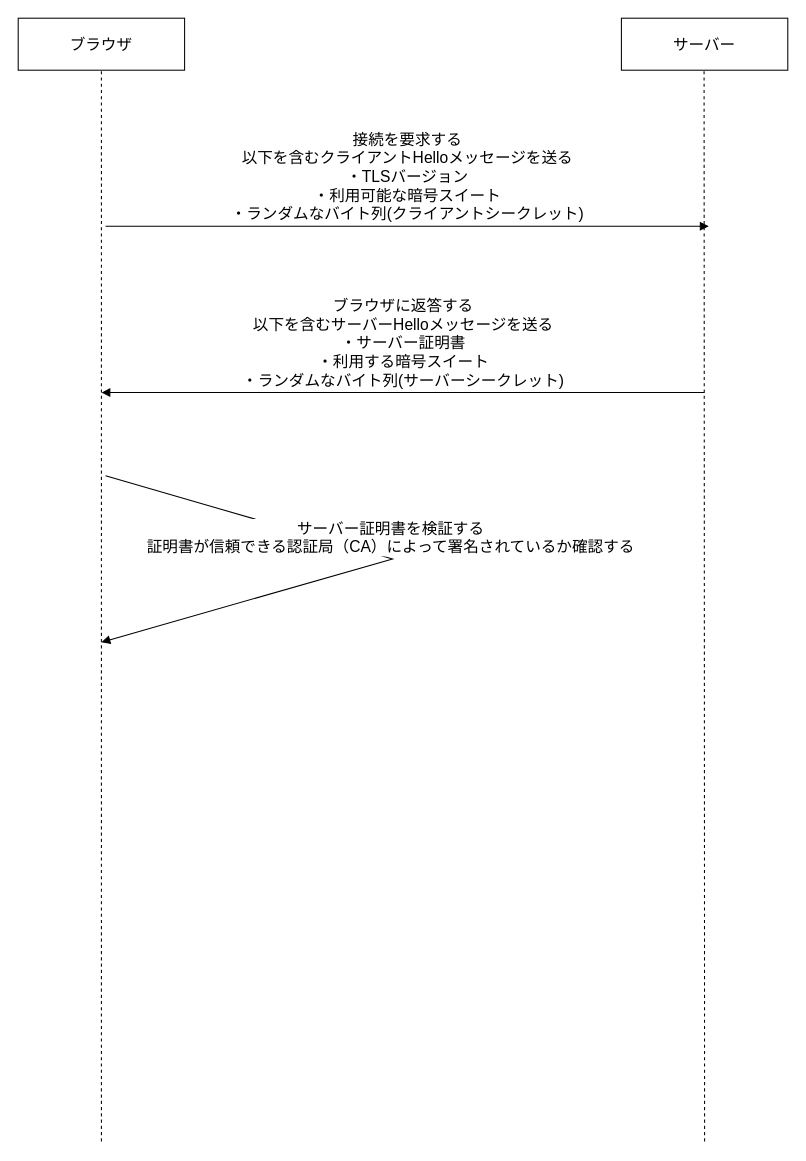
Above: 11_extra/02_https/drawio/https.drawio in cashev/praha-challenge (draw.io), before the change. Source tidied: cells renumbered, new cells numbered last; positions are measured from the earlier drawing's top-left corner, leaving out a move shared by most shapes. Both pictures are drawn from the tidied source at 104%, with x=0, y=0 at pixel (18, 18).
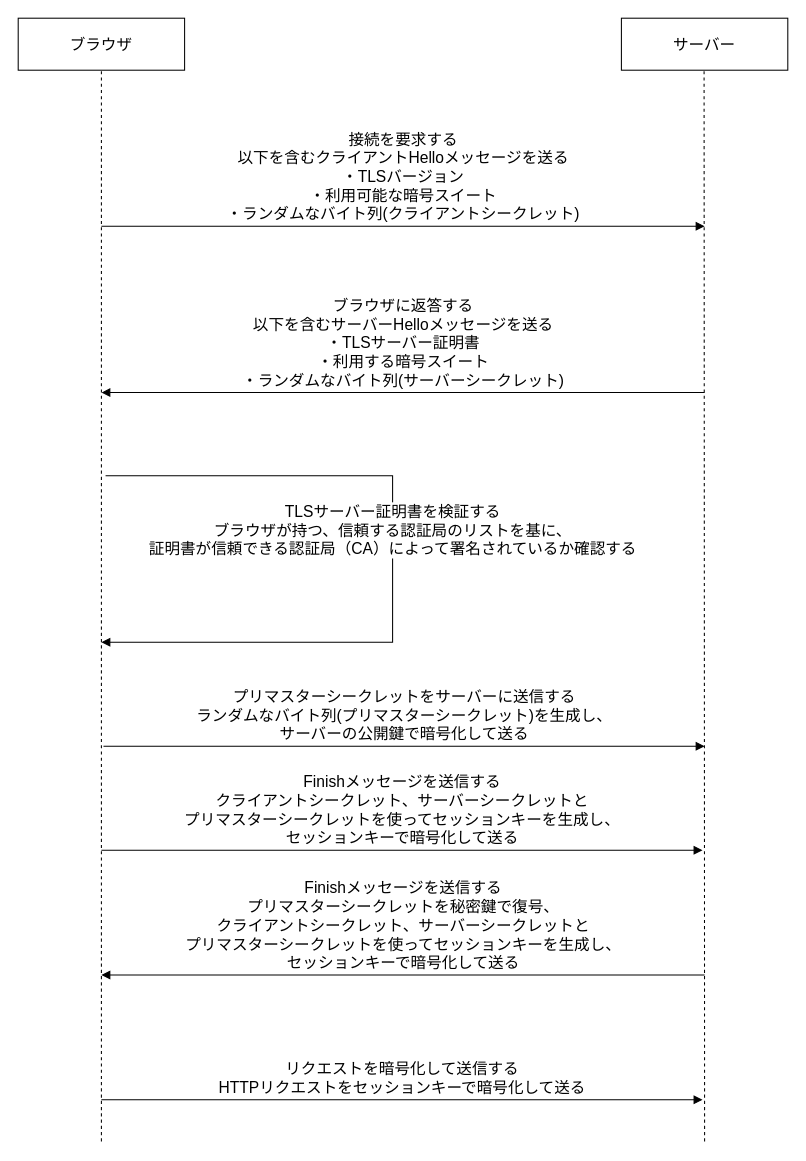
After the change.

Change to the diagram source:
```diff
@@
     <mxCell id="6" value="&lt;font style=&quot;font-size: 15px;&quot;&gt;接続を要求する&lt;/font&gt;&lt;div&gt;&lt;span style=&quot;font-size: 15px;&quot;&gt;以下を含むクライアントHelloメッセージを送る&lt;br&gt;&lt;/span&gt;&lt;div&gt;&lt;font style=&quot;font-size: 15px;&quot;&gt;・TLSバージョン&lt;/font&gt;&lt;/div&gt;&lt;div&gt;&lt;span style=&quot;font-size: 15px;&quot;&gt;・利用可能な暗号スイート&lt;/span&gt;&lt;/div&gt;&lt;div&gt;&lt;span style=&quot;font-size: 15px;&quot;&gt;・ランダムなバイト列(クライアントシークレット)&lt;/span&gt;&lt;/div&gt;&lt;/div&gt;" style="html=1;verticalAlign=bottom;endArrow=block;curved=0;rounded=0;" parent="1" edge="1">
       <mxGeometry relative="1" as="geometry">
-        <mxPoint x="84" y="200" as="sourcePoint" />
-        <mxPoint x="664" y="200" as="targetPoint" />
+        <mxPoint x="80" y="200" as="sourcePoint" />
+        <mxPoint x="660" y="200" as="targetPoint" />
       </mxGeometry>
     </mxCell>
-    <mxCell id="7" value="&lt;span style=&quot;font-size: 15px;&quot;&gt;ブラウザに返答する&lt;/span&gt;&lt;br&gt;&lt;div&gt;&lt;span style=&quot;font-size: 15px;&quot;&gt;以下を含むサーバーHelloメッセージを送る&lt;br&gt;&lt;/span&gt;&lt;div&gt;&lt;font style=&quot;font-size: 15px;&quot;&gt;・サーバー証明書&lt;/font&gt;&lt;/div&gt;&lt;div&gt;&lt;span style=&quot;font-size: 15px;&quot;&gt;・利用する暗号スイート&lt;/span&gt;&lt;/div&gt;&lt;div&gt;&lt;span style=&quot;font-size: 15px;&quot;&gt;・ランダムなバイト列(サーバーシークレット)&lt;/span&gt;&lt;/div&gt;&lt;/div&gt;" style="html=1;verticalAlign=bottom;endArrow=block;curved=0;rounded=0;" parent="1" edge="1">
+    <mxCell id="7" value="&lt;span style=&quot;font-size: 15px;&quot;&gt;ブラウザに返答する&lt;/span&gt;&lt;br&gt;&lt;div&gt;&lt;span style=&quot;font-size: 15px;&quot;&gt;以下を含むサーバーHelloメッセージを送る&lt;br&gt;&lt;/span&gt;&lt;div&gt;&lt;font style=&quot;font-size: 15px;&quot;&gt;・TLSサーバー証明書&lt;/font&gt;&lt;/div&gt;&lt;div&gt;&lt;span style=&quot;font-size: 15px;&quot;&gt;・利用する暗号スイート&lt;/span&gt;&lt;/div&gt;&lt;div&gt;&lt;span style=&quot;font-size: 15px;&quot;&gt;・ランダムなバイト列(サーバーシークレット)&lt;/span&gt;&lt;/div&gt;&lt;/div&gt;" style="html=1;verticalAlign=bottom;endArrow=block;curved=0;rounded=0;" parent="1" edge="1">
       <mxGeometry relative="1" as="geometry">
         <mxPoint x="660" y="360" as="sourcePoint" />
         <mxPoint x="80" y="360" as="targetPoint" />
       </mxGeometry>
     </mxCell>
-    <mxCell id="8" value="&lt;span style=&quot;font-size: 15px;&quot;&gt;サーバー証明書を検証する&lt;/span&gt;&lt;br&gt;&lt;div&gt;&lt;span style=&quot;font-size: 15px;&quot;&gt;証明書が信頼できる認証局（CA）によって署名されているか確認する&lt;/span&gt;&lt;/div&gt;" style="html=1;verticalAlign=bottom;endArrow=block;curved=0;rounded=0;" parent="1" edge="1">
+    <mxCell id="8" value="&lt;span style=&quot;font-size: 15px;&quot;&gt;TLSサーバー証明書を検証する&lt;/span&gt;&lt;div&gt;&lt;span style=&quot;font-size: 15px;&quot;&gt;ブラウザが持つ、信頼する認証局のリストを基に、&lt;/span&gt;&lt;br&gt;&lt;div&gt;&lt;span style=&quot;font-size: 15px;&quot;&gt;証明書が信頼できる認証局（CA）によって署名されているか確認する&lt;/span&gt;&lt;/div&gt;&lt;/div&gt;" style="html=1;verticalAlign=bottom;endArrow=block;curved=0;rounded=0;" parent="1" edge="1">
       <mxGeometry relative="1" as="geometry">
         <mxPoint x="84" y="440" as="sourcePoint" />
         <mxPoint x="80" y="600" as="targetPoint" />
         <Array as="points">
+          <mxPoint x="360" y="440" />
+          <mxPoint x="360" y="480" />
           <mxPoint x="360" y="520" />
+          <mxPoint x="360" y="600" />
         </Array>
       </mxGeometry>
     </mxCell>
+    <mxCell id="9" value="&lt;font style=&quot;font-size: 15px;&quot;&gt;プリマスターシークレットをサーバーに送信する&lt;/font&gt;&lt;div&gt;&lt;span style=&quot;font-size: 15px;&quot;&gt;ランダムなバイト列(プリマスターシークレット)を生成し、&lt;/span&gt;&lt;/div&gt;&lt;div&gt;&lt;span style=&quot;font-size: 15px;&quot;&gt;サーバーの公開鍵で暗号化して送る&lt;/span&gt;&lt;/div&gt;" style="html=1;verticalAlign=bottom;endArrow=block;curved=0;rounded=0;" parent="1" edge="1">
+      <mxGeometry relative="1" as="geometry">
+        <mxPoint x="82" y="700" as="sourcePoint" />
+        <mxPoint x="660" y="700" as="targetPoint" />
+      </mxGeometry>
+    </mxCell>
+    <mxCell id="10" value="&lt;font style=&quot;font-size: 15px;&quot;&gt;Finishメッセージを送信する&lt;/font&gt;&lt;div&gt;&lt;span style=&quot;font-size: 15px;&quot;&gt;クライアントシークレット、サーバーシークレットと&lt;/span&gt;&lt;/div&gt;&lt;div&gt;&lt;span style=&quot;font-size: 15px;&quot;&gt;プリマスターシークレットを使ってセッションキーを生成し、&lt;/span&gt;&lt;br&gt;&lt;/div&gt;&lt;div&gt;&lt;span style=&quot;font-size: 15px;&quot;&gt;セッションキーで暗号化して送る&lt;/span&gt;&lt;/div&gt;" style="html=1;verticalAlign=bottom;endArrow=block;curved=0;rounded=0;" parent="1" edge="1">
+      <mxGeometry relative="1" as="geometry">
+        <mxPoint x="80" y="800" as="sourcePoint" />
+        <mxPoint x="658" y="800" as="targetPoint" />
+      </mxGeometry>
+    </mxCell>
+    <mxCell id="11" value="&lt;font style=&quot;font-size: 15px;&quot;&gt;Finishメッセージを送信する&lt;/font&gt;&lt;div&gt;&lt;span style=&quot;font-size: 15px;&quot;&gt;プリマスターシークレットを秘密鍵で復号、&lt;br&gt;&lt;/span&gt;&lt;div&gt;&lt;span style=&quot;font-size: 15px;&quot;&gt;クライアントシークレット、サーバーシークレットと&lt;/span&gt;&lt;/div&gt;&lt;div&gt;&lt;span style=&quot;font-size: 15px;&quot;&gt;プリマスターシークレットを使ってセッションキーを生成し、&lt;/span&gt;&lt;br&gt;&lt;/div&gt;&lt;div&gt;&lt;span style=&quot;font-size: 15px;&quot;&gt;セッションキーで暗号化して送る&lt;/span&gt;&lt;/div&gt;&lt;/div&gt;" style="html=1;verticalAlign=bottom;endArrow=block;curved=0;rounded=0;" parent="1" edge="1">
+      <mxGeometry relative="1" as="geometry">
+        <mxPoint x="660" y="920" as="sourcePoint" />
+        <mxPoint x="80" y="920" as="targetPoint" />
+      </mxGeometry>
+    </mxCell>
+    <mxCell id="12" value="&lt;span style=&quot;font-size: 15px;&quot;&gt;リクエストを暗号化して送信する&lt;/span&gt;&lt;div&gt;&lt;span style=&quot;font-size: 15px;&quot;&gt;HTTPリクエストをセッションキーで暗号化して送る&lt;/span&gt;&lt;/div&gt;" style="html=1;verticalAlign=bottom;endArrow=block;curved=0;rounded=0;" parent="1" edge="1">
+      <mxGeometry relative="1" as="geometry">
+        <mxPoint x="80" y="1040" as="sourcePoint" />
+        <mxPoint x="658" y="1040" as="targetPoint" />
+      </mxGeometry>
+    </mxCell>
```
